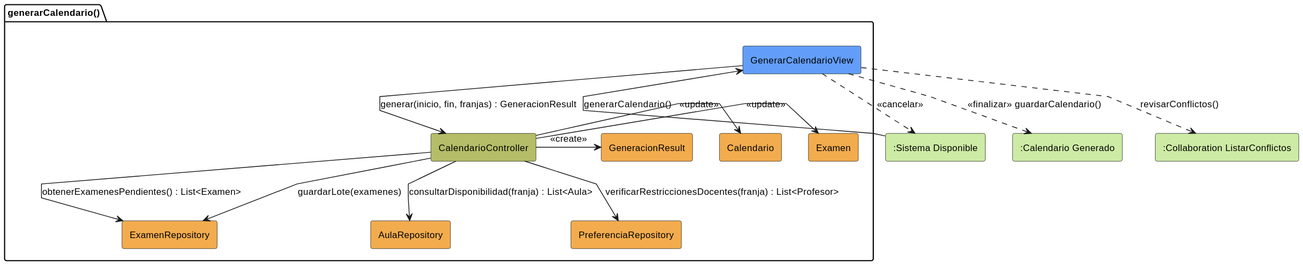
This is images/01-analisis/casos-uso/generarCalendario/generarCalendario-analisis.svg from carlos-alvarado-25/25-26-idsw2-sdVC, a PlantUML export, as it was before one commit. Its diagram source:
```plantuml
@startuml
skinparam backgroundColor white
skinparam shadowing false
skinparam DefaultFontColor black
skinparam DefaultFontSize 12
skinparam linetype polyline

rectangle #CDEBA5 ":Sistema Disponible" as SistemaDisponible

package generarCalendario as "generarCalendario()" {
    rectangle #629EF9 GenerarCalendarioView
    rectangle #b5bd68 CalendarioController
    rectangle #F2AC4E ExamenRepository
    rectangle #F2AC4E AulaRepository
    rectangle #F2AC4E PreferenciaRepository
    rectangle #F2AC4E Calendario
    rectangle #F2AC4E Examen
    rectangle #F2AC4E GeneracionResult
}

rectangle #CDEBA5 ":Calendario Generado" as CalendarioGenerado
rectangle #CDEBA5 ":Collaboration ListarConflictos" as ListarConflictos

SistemaDisponible -r-> GenerarCalendarioView: generarCalendario()

GenerarCalendarioView -d-> CalendarioController: generar(inicio, fin, franjas) : GeneracionResult

CalendarioController -d-> ExamenRepository: obtenerExamenesPendientes() : List<Examen>
CalendarioController -d-> AulaRepository: consultarDisponibilidad(franja) : List<Aula>
CalendarioController -d-> PreferenciaRepository: verificarRestriccionesDocentes(franja) : List<Profesor>

CalendarioController -r-> Examen: <<update>>
CalendarioController -r-> Calendario: <<update>>
CalendarioController -d-> ExamenRepository: guardarLote(examenes)
CalendarioController -r-> GeneracionResult: <<create>>

GenerarCalendarioView ..> CalendarioGenerado: <<finalizar>> guardarCalendario()
GenerarCalendarioView ..> ListarConflictos: revisarConflictos()
GenerarCalendarioView ..> SistemaDisponible: <<cancelar>>
@enduml
```
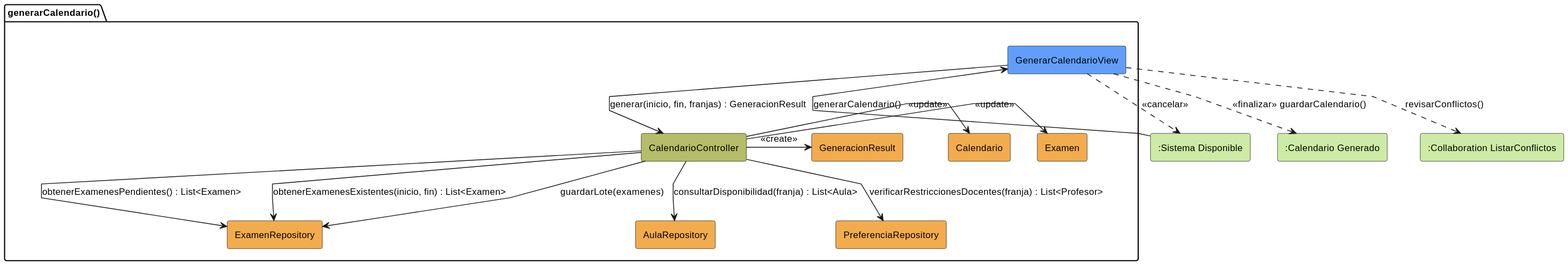
The same file after the commit.

Change to the diagram source:
```diff
@@ -26,6 +26,7 @@
 GenerarCalendarioView -d-> CalendarioController: generar(inicio, fin, franjas) : GeneracionResult
 
 CalendarioController -d-> ExamenRepository: obtenerExamenesPendientes() : List<Examen>
+CalendarioController -d-> ExamenRepository: obtenerExamenesExistentes(inicio, fin) : List<Examen>
 CalendarioController -d-> AulaRepository: consultarDisponibilidad(franja) : List<Aula>
 CalendarioController -d-> PreferenciaRepository: verificarRestriccionesDocentes(franja) : List<Profesor>
 
```
